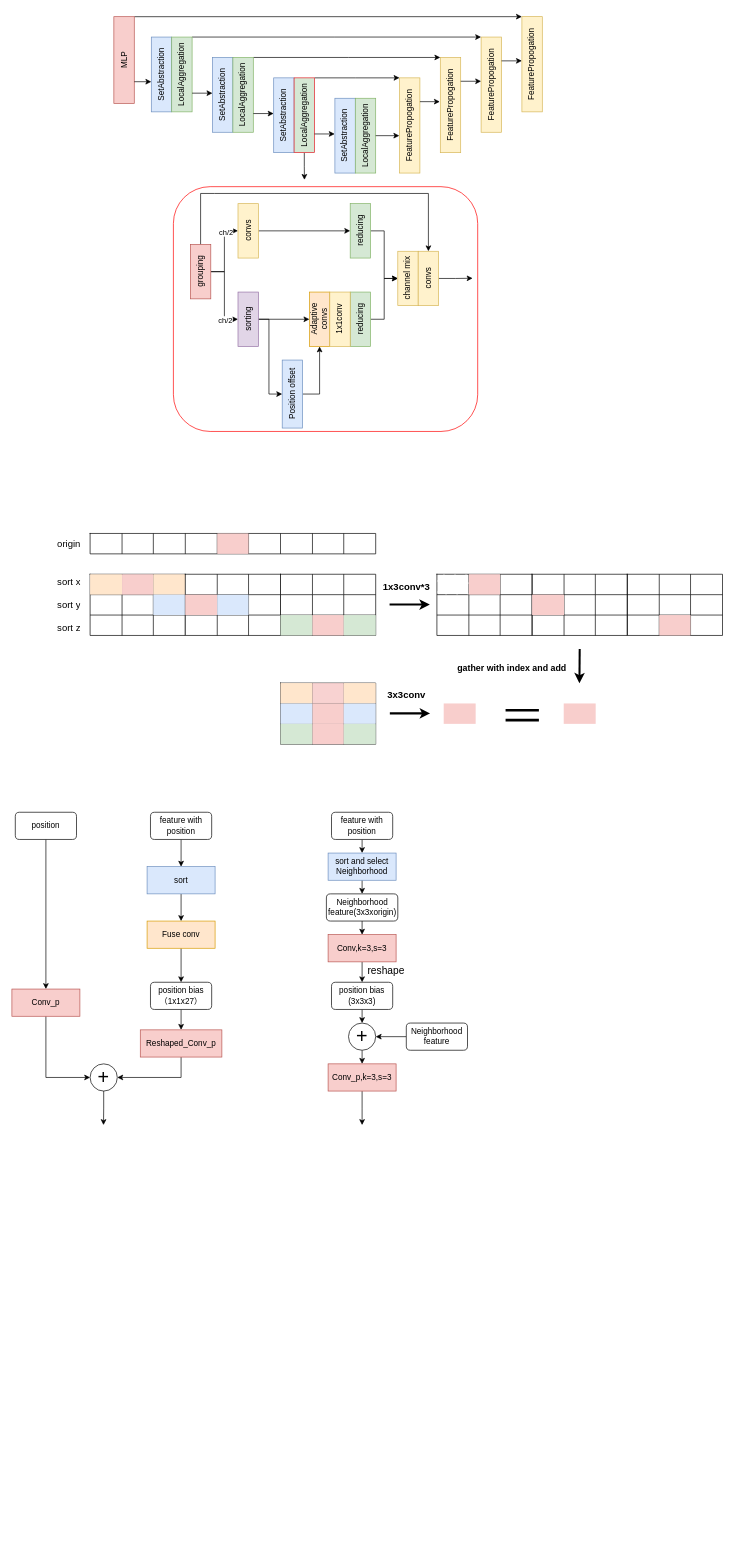
Earlier version of the draw.io diagram 未命名绘图.drawio (peajelly/test8). Source tidied: cells renumbered, new cells numbered last; positions are measured from the earlier drawing's top-left corner, leaving out a move shared by most shapes. Both pictures are drawn from the tidied source at 68%, with x=0, y=0 at pixel (12, 16).
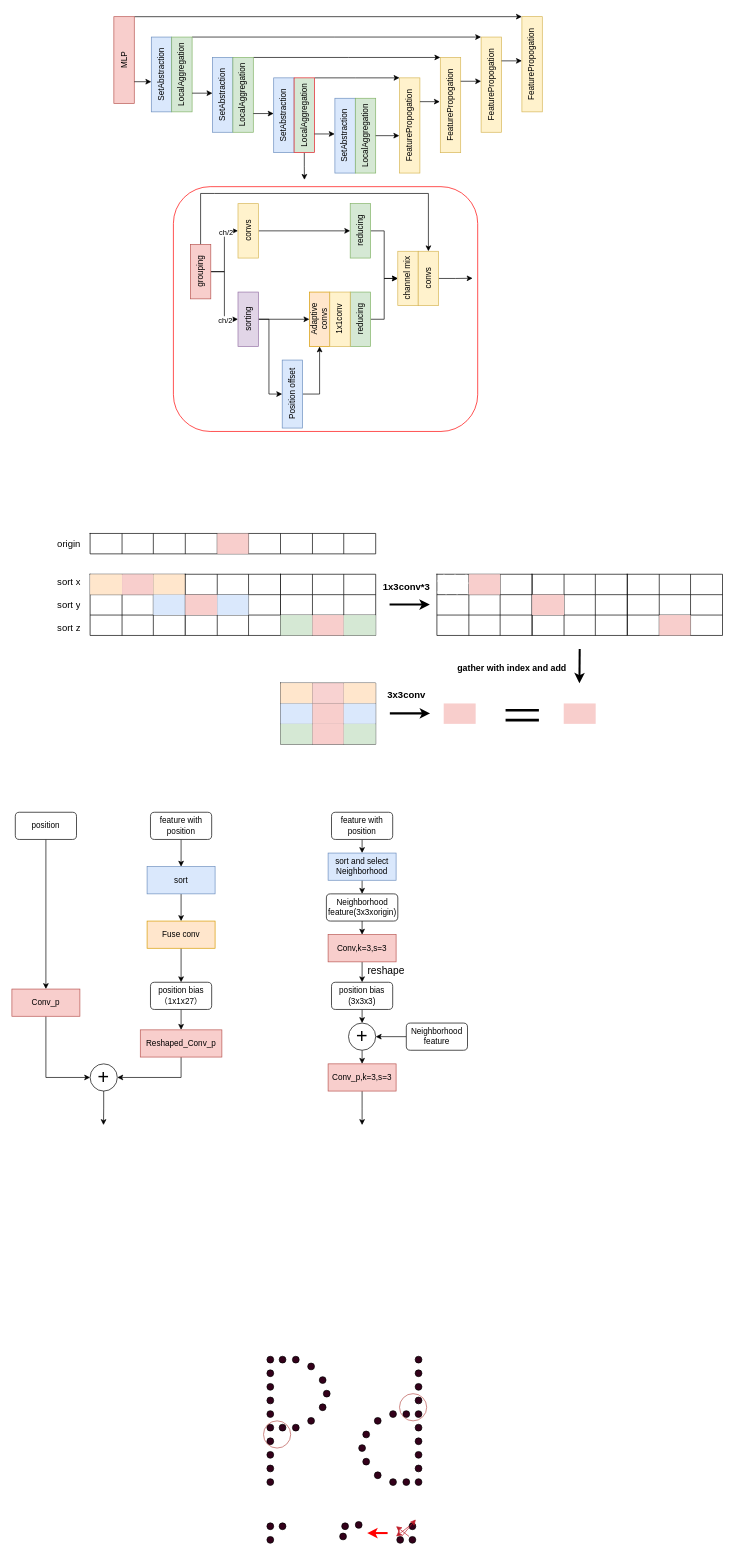
Above is the later version.

Commit message:
更新未命名绘图.drawio

Diff of the diagram source:
```diff
@@
+    <mxCell id="199" style="ellipse;whiteSpace=wrap;html=1;fillColor=#33001A;" parent="1" vertex="1">
+      <mxGeometry x="375" y="1970" width="10" height="10" as="geometry" />
+    </mxCell>
+    <mxCell id="200" style="ellipse;whiteSpace=wrap;html=1;fillColor=#33001A;" parent="1" vertex="1">
+      <mxGeometry x="375" y="1990" width="10" height="10" as="geometry" />
+    </mxCell>
+    <mxCell id="201" style="ellipse;whiteSpace=wrap;html=1;fillColor=#33001A;" parent="1" vertex="1">
+      <mxGeometry x="375" y="2010" width="10" height="10" as="geometry" />
+    </mxCell>
+    <mxCell id="202" style="ellipse;whiteSpace=wrap;html=1;fillColor=#33001A;" parent="1" vertex="1">
+      <mxGeometry x="375" y="2030" width="10" height="10" as="geometry" />
+    </mxCell>
+    <mxCell id="203" style="ellipse;whiteSpace=wrap;html=1;fillColor=#33001A;" parent="1" vertex="1">
+      <mxGeometry x="375" y="2050" width="10" height="10" as="geometry" />
+    </mxCell>
+    <mxCell id="204" style="ellipse;whiteSpace=wrap;html=1;fillColor=#33001A;" parent="1" vertex="1">
+      <mxGeometry x="375" y="2070" width="10" height="10" as="geometry" />
+    </mxCell>
+    <mxCell id="205" style="ellipse;whiteSpace=wrap;html=1;fillColor=#33001A;" parent="1" vertex="1">
+      <mxGeometry x="375" y="2090" width="10" height="10" as="geometry" />
+    </mxCell>
+    <mxCell id="206" style="ellipse;whiteSpace=wrap;html=1;fillColor=#33001A;" parent="1" vertex="1">
+      <mxGeometry x="375" y="2110" width="10" height="10" as="geometry" />
+    </mxCell>
+    <mxCell id="207" style="ellipse;whiteSpace=wrap;html=1;fillColor=#33001A;" parent="1" vertex="1">
+      <mxGeometry x="375" y="2130" width="10" height="10" as="geometry" />
+    </mxCell>
+    <mxCell id="208" style="ellipse;whiteSpace=wrap;html=1;fillColor=#33001A;" parent="1" vertex="1">
+      <mxGeometry x="412.5" y="1970" width="10" height="10" as="geometry" />
+    </mxCell>
+    <mxCell id="209" style="ellipse;whiteSpace=wrap;html=1;fillColor=#33001A;" parent="1" vertex="1">
+      <mxGeometry x="435" y="1980" width="10" height="10" as="geometry" />
+    </mxCell>
+    <mxCell id="210" style="ellipse;whiteSpace=wrap;html=1;fillColor=#33001A;" parent="1" vertex="1">
+      <mxGeometry x="452" y="2000" width="10" height="10" as="geometry" />
+    </mxCell>
+    <mxCell id="211" style="ellipse;whiteSpace=wrap;html=1;fillColor=#33001A;" parent="1" vertex="1">
+      <mxGeometry x="458" y="2020" width="10" height="10" as="geometry" />
+    </mxCell>
+    <mxCell id="212" style="ellipse;whiteSpace=wrap;html=1;fillColor=#33001A;" parent="1" vertex="1">
+      <mxGeometry x="452" y="2040" width="10" height="10" as="geometry" />
+    </mxCell>
+    <mxCell id="213" style="ellipse;whiteSpace=wrap;html=1;fillColor=#33001A;" parent="1" vertex="1">
+      <mxGeometry x="435" y="2060" width="10" height="10" as="geometry" />
+    </mxCell>
+    <mxCell id="214" style="ellipse;whiteSpace=wrap;html=1;fillColor=#33001A;" parent="1" vertex="1">
+      <mxGeometry x="412.5" y="2070" width="10" height="10" as="geometry" />
+    </mxCell>
+    <mxCell id="215" style="ellipse;whiteSpace=wrap;html=1;fillColor=#33001A;" parent="1" vertex="1">
+      <mxGeometry x="375" y="2150" width="10" height="10" as="geometry" />
+    </mxCell>
+    <mxCell id="216" style="ellipse;whiteSpace=wrap;html=1;fillColor=#33001A;" parent="1" vertex="1">
+      <mxGeometry x="393" y="2070" width="10" height="10" as="geometry" />
+    </mxCell>
+    <mxCell id="217" style="ellipse;whiteSpace=wrap;html=1;fillColor=#33001A;" parent="1" vertex="1">
+      <mxGeometry x="393" y="1970" width="10" height="10" as="geometry" />
+    </mxCell>
+    <mxCell id="218" style="group;direction=west;rotation=0;flipH=1;flipV=1;" parent="1" vertex="1">
+      <mxGeometry x="510" y="1970" width="113" height="190" as="geometry" />
+    </mxCell>
+    <mxCell id="219" style="ellipse;whiteSpace=wrap;html=1;fillColor=#33001A;direction=north;rotation=0;flipH=0;flipV=0;" parent="218" vertex="1">
+      <mxGeometry x="83" y="180" width="10" height="10" as="geometry" />
+    </mxCell>
+    <mxCell id="220" style="ellipse;whiteSpace=wrap;html=1;fillColor=#33001A;direction=north;rotation=0;flipH=0;flipV=0;" parent="218" vertex="1">
+      <mxGeometry x="83" y="160" width="10" height="10" as="geometry" />
+    </mxCell>
+    <mxCell id="221" style="ellipse;whiteSpace=wrap;html=1;fillColor=#33001A;direction=north;rotation=0;flipH=0;flipV=0;" parent="218" vertex="1">
+      <mxGeometry x="83" y="140" width="10" height="10" as="geometry" />
+    </mxCell>
+    <mxCell id="222" style="ellipse;whiteSpace=wrap;html=1;fillColor=#33001A;direction=north;rotation=0;flipH=0;flipV=0;" parent="218" vertex="1">
+      <mxGeometry x="83" y="120" width="10" height="10" as="geometry" />
+    </mxCell>
+    <mxCell id="223" style="ellipse;whiteSpace=wrap;html=1;fillColor=#33001A;direction=north;rotation=0;flipH=0;flipV=0;" parent="218" vertex="1">
+      <mxGeometry x="83" y="100" width="10" height="10" as="geometry" />
+    </mxCell>
+    <mxCell id="224" style="ellipse;whiteSpace=wrap;html=1;fillColor=#33001A;direction=north;rotation=0;flipH=0;flipV=0;" parent="218" vertex="1">
+      <mxGeometry x="83" y="80" width="10" height="10" as="geometry" />
+    </mxCell>
+    <mxCell id="225" style="ellipse;whiteSpace=wrap;html=1;fillColor=#33001A;direction=north;rotation=0;flipH=0;flipV=0;" parent="218" vertex="1">
+      <mxGeometry x="83" y="60" width="10" height="10" as="geometry" />
+    </mxCell>
+    <mxCell id="226" style="ellipse;whiteSpace=wrap;html=1;fillColor=#33001A;direction=north;rotation=0;flipH=0;flipV=0;" parent="218" vertex="1">
+      <mxGeometry x="83" y="40" width="10" height="10" as="geometry" />
+    </mxCell>
+    <mxCell id="227" style="ellipse;whiteSpace=wrap;html=1;fillColor=#33001A;direction=north;rotation=0;flipH=0;flipV=0;" parent="218" vertex="1">
+      <mxGeometry x="83" y="20" width="10" height="10" as="geometry" />
+    </mxCell>
+    <mxCell id="228" style="ellipse;whiteSpace=wrap;html=1;fillColor=#33001A;direction=north;rotation=0;flipH=0;flipV=0;" parent="218" vertex="1">
+      <mxGeometry x="45.5" y="180" width="10" height="10" as="geometry" />
+    </mxCell>
+    <mxCell id="229" style="ellipse;whiteSpace=wrap;html=1;fillColor=#33001A;direction=north;rotation=0;flipH=0;flipV=0;" parent="218" vertex="1">
+      <mxGeometry x="23" y="170" width="10" height="10" as="geometry" />
+    </mxCell>
+    <mxCell id="230" style="ellipse;whiteSpace=wrap;html=1;fillColor=#33001A;direction=north;rotation=0;flipH=0;flipV=0;" parent="218" vertex="1">
+      <mxGeometry x="6" y="150" width="10" height="10" as="geometry" />
+    </mxCell>
+    <mxCell id="231" style="ellipse;whiteSpace=wrap;html=1;fillColor=#33001A;direction=north;rotation=0;flipH=0;flipV=0;" parent="218" vertex="1">
+      <mxGeometry y="130" width="10" height="10" as="geometry" />
+    </mxCell>
+    <mxCell id="232" style="ellipse;whiteSpace=wrap;html=1;fillColor=#33001A;direction=north;rotation=0;flipH=0;flipV=0;" parent="218" vertex="1">
+      <mxGeometry x="6" y="110" width="10" height="10" as="geometry" />
+    </mxCell>
+    <mxCell id="233" style="ellipse;whiteSpace=wrap;html=1;fillColor=#33001A;direction=north;rotation=0;flipH=0;flipV=0;" parent="218" vertex="1">
+      <mxGeometry x="23" y="90" width="10" height="10" as="geometry" />
+    </mxCell>
+    <mxCell id="234" style="ellipse;whiteSpace=wrap;html=1;fillColor=#33001A;direction=north;rotation=0;flipH=0;flipV=0;" parent="218" vertex="1">
+      <mxGeometry x="45.5" y="80" width="10" height="10" as="geometry" />
+    </mxCell>
+    <mxCell id="235" style="ellipse;whiteSpace=wrap;html=1;fillColor=#33001A;direction=north;rotation=0;flipH=0;flipV=0;" parent="218" vertex="1">
+      <mxGeometry x="83" width="10" height="10" as="geometry" />
+    </mxCell>
+    <mxCell id="236" style="ellipse;whiteSpace=wrap;html=1;fillColor=#33001A;direction=north;rotation=0;flipH=0;flipV=0;" parent="218" vertex="1">
+      <mxGeometry x="65" y="80" width="10" height="10" as="geometry" />
+    </mxCell>
+    <mxCell id="237" style="ellipse;whiteSpace=wrap;html=1;fillColor=#33001A;direction=north;rotation=0;flipH=0;flipV=0;" parent="218" vertex="1">
+      <mxGeometry x="65" y="180" width="10" height="10" as="geometry" />
+    </mxCell>
+    <mxCell id="238" style="ellipse;whiteSpace=wrap;html=1;fillColor=none;strokeColor=#b85450;" parent="218" vertex="1">
+      <mxGeometry x="60" y="55" width="40" height="40" as="geometry" />
+    </mxCell>
+    <mxCell id="239" style="ellipse;whiteSpace=wrap;html=1;fillColor=none;strokeColor=#b85450;" parent="1" vertex="1">
+      <mxGeometry x="370" y="2065" width="40" height="40" as="geometry" />
+    </mxCell>
+    <mxCell id="240" style="ellipse;whiteSpace=wrap;html=1;fillColor=#33001A;" parent="1" vertex="1">
+      <mxGeometry x="375" y="2215" width="10" height="10" as="geometry" />
+    </mxCell>
+    <mxCell id="241" style="ellipse;whiteSpace=wrap;html=1;fillColor=#33001A;" parent="1" vertex="1">
+      <mxGeometry x="375" y="2235" width="10" height="10" as="geometry" />
+    </mxCell>
+    <mxCell id="242" style="ellipse;whiteSpace=wrap;html=1;fillColor=#33001A;" parent="1" vertex="1">
+      <mxGeometry x="393" y="2215" width="10" height="10" as="geometry" />
+    </mxCell>
+    <mxCell id="243" style="ellipse;whiteSpace=wrap;html=1;fillColor=#33001A;direction=north;rotation=0;flipH=0;flipV=0;" parent="1" vertex="1">
+      <mxGeometry x="584" y="2235" width="10" height="10" as="geometry" />
+    </mxCell>
+    <mxCell id="244" style="ellipse;whiteSpace=wrap;html=1;fillColor=#33001A;direction=north;rotation=0;flipH=0;flipV=0;" parent="1" vertex="1">
+      <mxGeometry x="584" y="2215" width="10" height="10" as="geometry" />
+    </mxCell>
+    <mxCell id="245" style="ellipse;whiteSpace=wrap;html=1;fillColor=#33001A;direction=north;rotation=0;flipH=0;flipV=0;" parent="1" vertex="1">
+      <mxGeometry x="566" y="2235" width="10" height="10" as="geometry" />
+    </mxCell>
+    <mxCell id="246" style="endArrow=classic;html=1;rounded=0;strokeColor=#c01c28;" parent="1" edge="1">
+      <mxGeometry relative="1" as="geometry">
+        <mxPoint x="584" y="2235" as="sourcePoint" />
+        <mxPoint x="565" y="2220" as="targetPoint" />
+      </mxGeometry>
+    </mxCell>
+    <mxCell id="247" style="endArrow=classic;html=1;rounded=0;strokeColor=#c01c28;" parent="1" edge="1">
+      <mxGeometry relative="1" as="geometry">
+        <mxPoint x="573" y="2235" as="sourcePoint" />
+        <mxPoint x="594" y="2210" as="targetPoint" />
+      </mxGeometry>
+    </mxCell>
+    <mxCell id="248" style="endArrow=classic;html=1;rounded=0;strokeColor=#c01c28;" parent="1" edge="1">
+      <mxGeometry relative="1" as="geometry">
+        <mxPoint x="584" y="2220" as="sourcePoint" />
+        <mxPoint x="565" y="2235" as="targetPoint" />
+      </mxGeometry>
+    </mxCell>
+    <mxCell id="249" style="ellipse;whiteSpace=wrap;html=1;fillColor=#33001A;" parent="1" vertex="1">
+      <mxGeometry x="485" y="2215" width="10" height="10" as="geometry" />
+    </mxCell>
+    <mxCell id="250" style="ellipse;whiteSpace=wrap;html=1;fillColor=#33001A;" parent="1" vertex="1">
+      <mxGeometry x="482" y="2230" width="10" height="10" as="geometry" />
+    </mxCell>
+    <mxCell id="251" style="ellipse;whiteSpace=wrap;html=1;fillColor=#33001A;" parent="1" vertex="1">
+      <mxGeometry x="505" y="2213" width="10" height="10" as="geometry" />
+    </mxCell>
+    <mxCell id="252" style="endArrow=classic;html=1;rounded=0;strokeColor=#FF0000;strokeWidth=3;" parent="1" edge="1">
+      <mxGeometry relative="1" as="geometry">
+        <mxPoint x="552.5" y="2230" as="sourcePoint" />
+        <mxPoint x="522.5" y="2230" as="targetPoint" />
+      </mxGeometry>
+    </mxCell>
```
